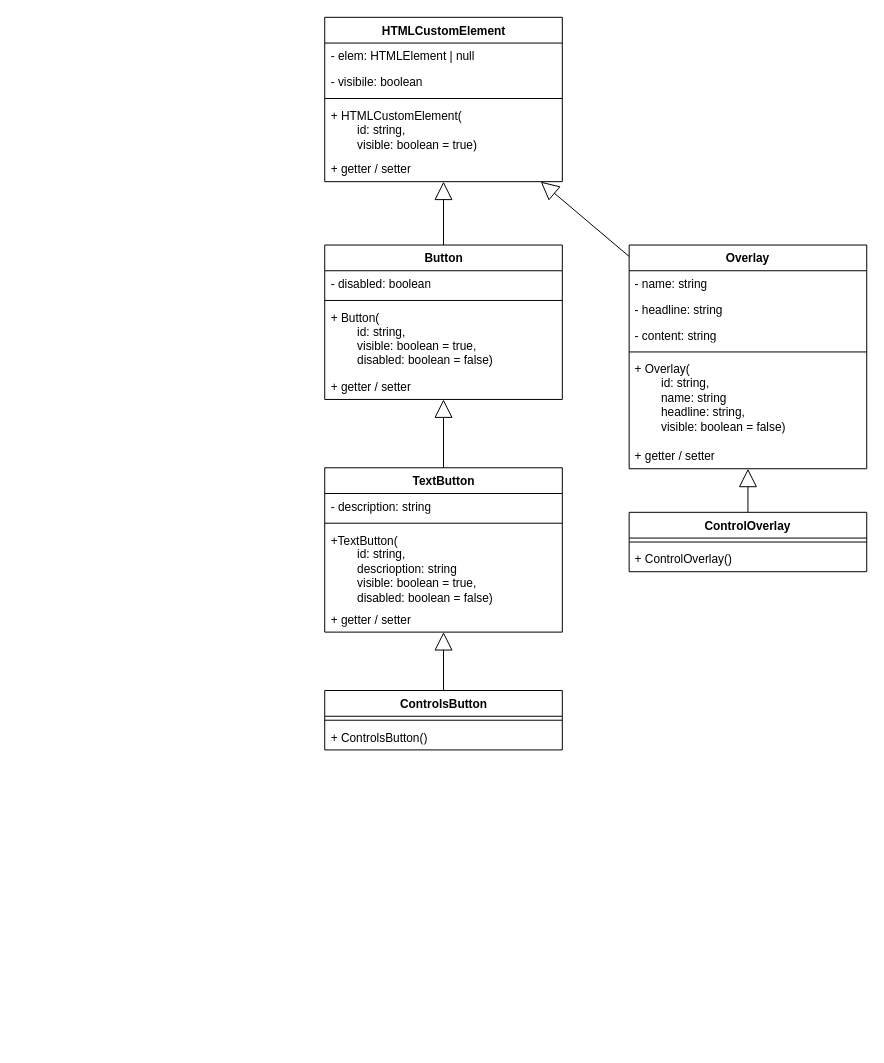
The draw.io diagram docs/issue/73-diagram.drawio in elma1989/sharkie, before the edit. Source tidied: cells renumbered, new cells numbered last; positions are measured from the earlier drawing's top-left corner, leaving out a move shared by most shapes. Both pictures are drawn from the tidied source at 99%, with x=0, y=0 at pixel (325, 17).
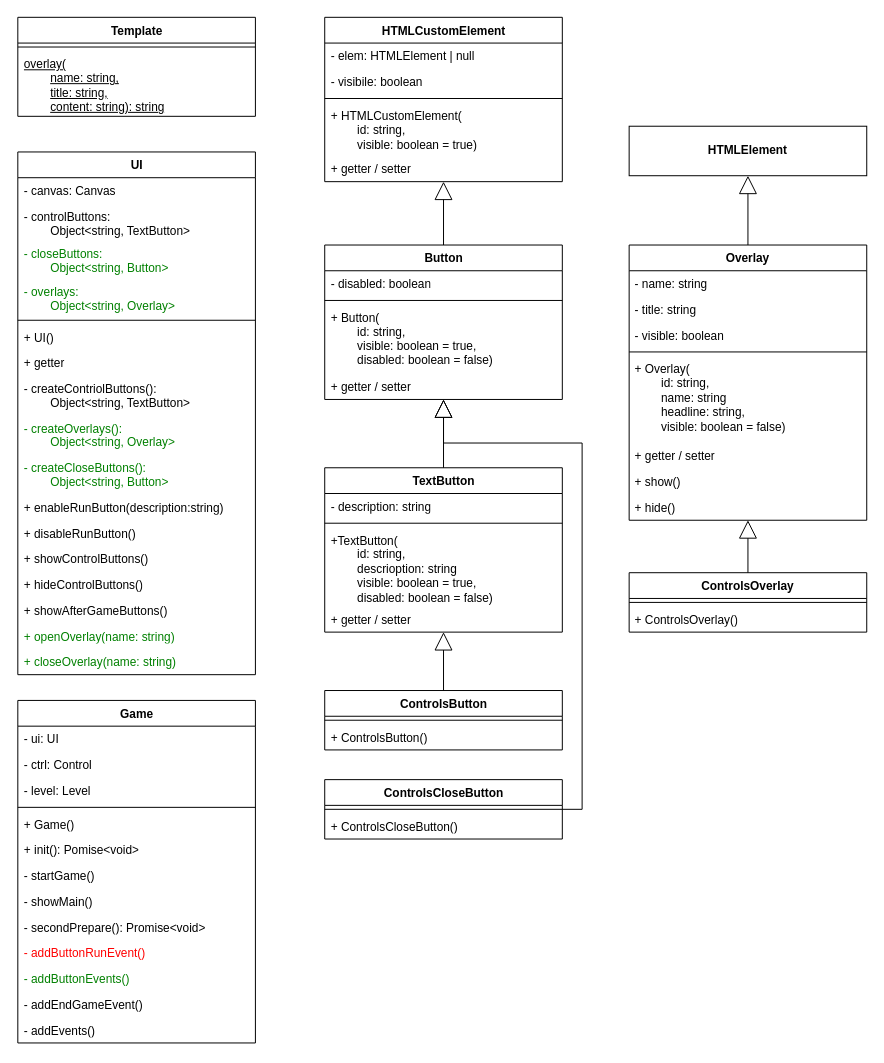
The same page after the edit.

Commit message (it also covers changes not shown here):
doc: Controls, UI, Game

The change refers to these unchanged cells:
```xml
<mxCell id="2" value="HTMLCustomElement" style="swimlane;fontStyle=1;align=center;verticalAlign=top;horizontal=1;startSize=26;whiteSpace=wrap;html=1;" parent="1" vertex="1">
  <mxGeometry x="-0.5" width="240" height="166" as="geometry" />
</mxCell>
<mxCell id="8" value="Button" style="swimlane;fontStyle=1;align=center;verticalAlign=top;horizontal=1;startSize=26;whiteSpace=wrap;html=1;" parent="1" vertex="1">
  <mxGeometry x="-0.5" y="230" width="240" height="156" as="geometry" />
</mxCell>
```

Diff of the diagram source:
```diff
@@
     <mxCell id="24" value="Overlay" style="swimlane;fontStyle=1;align=center;verticalAlign=top;horizontal=1;startSize=26;whiteSpace=wrap;html=1;" parent="1" vertex="1">
-      <mxGeometry x="307" y="230" width="240" height="226" as="geometry" />
+      <mxGeometry x="307" y="230" width="240" height="278" as="geometry" />
     </mxCell>
@@
-    <mxCell id="26" value="- headline: string" style="text;strokeColor=none;fillColor=none;align=left;verticalAlign=top;spacingLeft=4;spacingRight=4;overflow=hidden;whiteSpace=wrap;html=1;" parent="24" vertex="1">
+    <mxCell id="26" value="- title: string" style="text;strokeColor=none;fillColor=none;align=left;verticalAlign=top;spacingLeft=4;spacingRight=4;overflow=hidden;whiteSpace=wrap;html=1;" parent="24" vertex="1">
       <mxGeometry y="52" width="240" height="26" as="geometry" />
     </mxCell>
-    <mxCell id="27" value="- content: string" style="text;strokeColor=none;fillColor=none;align=left;verticalAlign=top;spacingLeft=4;spacingRight=4;overflow=hidden;whiteSpace=wrap;html=1;" parent="24" vertex="1">
-      <mxGeometry y="78" width="240" height="26" as="geometry" />
-    </mxCell>
+    <mxCell id="36" value="- visible: boolean" style="text;strokeColor=none;fillColor=none;align=left;verticalAlign=top;spacingLeft=4;spacingRight=4;overflow=hidden;whiteSpace=wrap;html=1;" parent="24" vertex="1">
+      <mxGeometry y="78" width="240" height="26" as="geometry" />
+    </mxCell>
@@
+    <mxCell id="37" value="+ show()" style="text;strokeColor=none;fillColor=none;align=left;verticalAlign=top;spacingLeft=4;spacingRight=4;overflow=hidden;whiteSpace=wrap;html=1;" parent="24" vertex="1">
+      <mxGeometry y="226" width="240" height="26" as="geometry" />
+    </mxCell>
+    <mxCell id="38" value="+ hide()" style="text;strokeColor=none;fillColor=none;align=left;verticalAlign=top;spacingLeft=4;spacingRight=4;overflow=hidden;whiteSpace=wrap;html=1;" parent="24" vertex="1">
+      <mxGeometry y="252" width="240" height="26" as="geometry" />
+    </mxCell>
-    <mxCell id="31" style="endArrow=block;endSize=16;endFill=0;html=1;rounded=0;" parent="1" edge="1" source="24" target="2">
+    <mxCell id="31" style="endArrow=block;endSize=16;endFill=0;html=1;rounded=0;" parent="1" edge="1" source="24" target="71">
       <mxGeometry relative="1" as="geometry" />
     </mxCell>
-    <mxCell id="32" value="ControlOverlay" style="swimlane;fontStyle=1;align=center;verticalAlign=top;horizontal=1;startSize=26;whiteSpace=wrap;html=1;" parent="1" vertex="1">
-      <mxGeometry x="307" y="500" width="240" height="60" as="geometry" />
+    <mxCell id="32" value="ControlsOverlay" style="swimlane;fontStyle=1;align=center;verticalAlign=top;horizontal=1;startSize=26;whiteSpace=wrap;html=1;" parent="1" vertex="1">
+      <mxGeometry x="307" y="561" width="240" height="60" as="geometry" />
     </mxCell>
@@
-    <mxCell id="34" value="+ ControlOverlay()" style="text;strokeColor=none;fillColor=none;align=left;verticalAlign=top;spacingLeft=4;spacingRight=4;overflow=hidden;whiteSpace=wrap;html=1;" parent="32" vertex="1">
+    <mxCell id="34" value="+ ControlsOverlay()" style="text;strokeColor=none;fillColor=none;align=left;verticalAlign=top;spacingLeft=4;spacingRight=4;overflow=hidden;whiteSpace=wrap;html=1;" parent="32" vertex="1">
       <mxGeometry y="34" width="240" height="26" as="geometry" />
     </mxCell>
@@
+    <mxCell id="39" value="UI" style="swimlane;fontStyle=1;align=center;verticalAlign=top;horizontal=1;startSize=26;whiteSpace=wrap;html=1;" parent="1" vertex="1">
+      <mxGeometry x="-310.5" y="136" width="240" height="528" as="geometry" />
+    </mxCell>
+    <mxCell id="40" value="- canvas: Canvas" style="text;strokeColor=none;fillColor=none;align=left;verticalAlign=top;spacingLeft=4;spacingRight=4;overflow=hidden;whiteSpace=wrap;html=1;" parent="39" vertex="1">
+      <mxGeometry y="26" width="240" height="26" as="geometry" />
+    </mxCell>
+    <mxCell id="41" value="- controlButtons:&amp;nbsp;&lt;div&gt;&lt;span style=&quot;white-space: pre;&quot;&gt;&#9;&lt;/span&gt;Object&amp;lt;string, TextButton&amp;gt;&lt;/div&gt;" style="text;strokeColor=none;fillColor=none;align=left;verticalAlign=top;spacingLeft=4;spacingRight=4;overflow=hidden;whiteSpace=wrap;html=1;" parent="39" vertex="1">
+      <mxGeometry y="52" width="240" height="38" as="geometry" />
+    </mxCell>
+    <mxCell id="42" value="- closeButtons:&lt;div&gt;&lt;span style=&quot;white-space: pre;&quot;&gt;&#9;&lt;/span&gt;Object&amp;lt;string, Button&amp;gt;&lt;br&gt;&lt;/div&gt;" style="text;strokeColor=none;fillColor=none;align=left;verticalAlign=top;spacingLeft=4;spacingRight=4;overflow=hidden;whiteSpace=wrap;html=1;fontColor=light-dark(#008000,#80FF80);" parent="39" vertex="1">
+      <mxGeometry y="90" width="240" height="38" as="geometry" />
+    </mxCell>
+    <mxCell id="43" value="- overlays:&lt;div&gt;&lt;span style=&quot;white-space: pre;&quot;&gt;&#9;&lt;/span&gt;Object&amp;lt;string, Overlay&amp;gt;&lt;br&gt;&lt;/div&gt;" style="text;strokeColor=none;fillColor=none;align=left;verticalAlign=top;spacingLeft=4;spacingRight=4;overflow=hidden;whiteSpace=wrap;html=1;fontColor=light-dark(#008000,#80FF80);" parent="39" vertex="1">
+      <mxGeometry y="128" width="240" height="38" as="geometry" />
+    </mxCell>
+    <mxCell id="44" style="line;strokeWidth=1;fillColor=none;align=left;verticalAlign=middle;spacingTop=-1;spacingLeft=3;spacingRight=3;labelPosition=right;strokeColor=inherit;" parent="39" vertex="1">
+      <mxGeometry y="166" width="240" height="8" as="geometry" />
+    </mxCell>
+    <mxCell id="45" value="+ UI()" style="text;strokeColor=none;fillColor=none;align=left;verticalAlign=top;spacingLeft=4;spacingRight=4;overflow=hidden;whiteSpace=wrap;html=1;" parent="39" vertex="1">
+      <mxGeometry y="174" width="240" height="26" as="geometry" />
+    </mxCell>
+    <mxCell id="46" value="+ getter" style="text;strokeColor=none;fillColor=none;align=left;verticalAlign=top;spacingLeft=4;spacingRight=4;overflow=hidden;whiteSpace=wrap;html=1;" parent="39" vertex="1">
+      <mxGeometry y="200" width="240" height="26" as="geometry" />
+    </mxCell>
+    <mxCell id="47" value="- createContriolButtons():&lt;div&gt;&lt;span style=&quot;white-space: pre;&quot;&gt;&#9;&lt;/span&gt;Object&amp;lt;string, TextButton&amp;gt;&lt;br&gt;&lt;/div&gt;" style="text;strokeColor=none;fillColor=none;align=left;verticalAlign=top;spacingLeft=4;spacingRight=4;overflow=hidden;whiteSpace=wrap;html=1;fontColor=default;" parent="39" vertex="1">
+      <mxGeometry y="226" width="240" height="40" as="geometry" />
+    </mxCell>
+    <mxCell id="48" value="- createOverlays():&lt;div&gt;&lt;span style=&quot;white-space: pre;&quot;&gt;&#9;&lt;/span&gt;Object&amp;lt;string, Overlay&amp;gt;&lt;br&gt;&lt;/div&gt;" style="text;strokeColor=none;fillColor=none;align=left;verticalAlign=top;spacingLeft=4;spacingRight=4;overflow=hidden;whiteSpace=wrap;html=1;fontColor=light-dark(#008000,#80FF80);" parent="39" vertex="1">
+      <mxGeometry y="266" width="240" height="40" as="geometry" />
+    </mxCell>
+    <mxCell id="49" value="- createCloseButtons():&lt;div&gt;&lt;span style=&quot;white-space: pre;&quot;&gt;&#9;&lt;/span&gt;Object&amp;lt;string, Button&amp;gt;&lt;br&gt;&lt;/div&gt;" style="text;strokeColor=none;fillColor=none;align=left;verticalAlign=top;spacingLeft=4;spacingRight=4;overflow=hidden;whiteSpace=wrap;html=1;fontColor=light-dark(#008000,#80FF80);" parent="39" vertex="1">
+      <mxGeometry y="306" width="240" height="40" as="geometry" />
+    </mxCell>
+    <mxCell id="50" value="+ enableRunButton(description:string)" style="text;strokeColor=none;fillColor=none;align=left;verticalAlign=top;spacingLeft=4;spacingRight=4;overflow=hidden;whiteSpace=wrap;html=1;fontColor=default;" parent="39" vertex="1">
+      <mxGeometry y="346" width="240" height="26" as="geometry" />
+    </mxCell>
+    <mxCell id="51" value="+ disableRunButton()" style="text;strokeColor=none;fillColor=none;align=left;verticalAlign=top;spacingLeft=4;spacingRight=4;overflow=hidden;whiteSpace=wrap;html=1;fontColor=default;" parent="39" vertex="1">
+      <mxGeometry y="372" width="240" height="26" as="geometry" />
+    </mxCell>
+    <mxCell id="52" value="+ showControlButtons()" style="text;strokeColor=none;fillColor=none;align=left;verticalAlign=top;spacingLeft=4;spacingRight=4;overflow=hidden;whiteSpace=wrap;html=1;fontColor=default;" parent="39" vertex="1">
+      <mxGeometry y="398" width="240" height="26" as="geometry" />
+    </mxCell>
+    <mxCell id="53" value="+ hideControlButtons()" style="text;strokeColor=none;fillColor=none;align=left;verticalAlign=top;spacingLeft=4;spacingRight=4;overflow=hidden;whiteSpace=wrap;html=1;fontColor=default;" parent="39" vertex="1">
+      <mxGeometry y="424" width="240" height="26" as="geometry" />
+    </mxCell>
+    <mxCell id="54" value="+ showAfterGameButtons()" style="text;strokeColor=none;fillColor=none;align=left;verticalAlign=top;spacingLeft=4;spacingRight=4;overflow=hidden;whiteSpace=wrap;html=1;fontColor=default;" parent="39" vertex="1">
+      <mxGeometry y="450" width="240" height="26" as="geometry" />
+    </mxCell>
+    <mxCell id="55" value="+ openOverlay(name: string)" style="text;strokeColor=none;fillColor=none;align=left;verticalAlign=top;spacingLeft=4;spacingRight=4;overflow=hidden;whiteSpace=wrap;html=1;fontColor=light-dark(#008000,#80FF80);" parent="39" vertex="1">
+      <mxGeometry y="476" width="240" height="26" as="geometry" />
+    </mxCell>
+    <mxCell id="56" value="+ closeOverlay(name: string)" style="text;strokeColor=none;fillColor=none;align=left;verticalAlign=top;spacingLeft=4;spacingRight=4;overflow=hidden;whiteSpace=wrap;html=1;fontColor=light-dark(#008000,#80FF80);" parent="39" vertex="1">
+      <mxGeometry y="502" width="240" height="26" as="geometry" />
+    </mxCell>
+    <mxCell id="57" value="Game" style="swimlane;fontStyle=1;align=center;verticalAlign=top;horizontal=1;startSize=26;whiteSpace=wrap;html=1;" parent="1" vertex="1">
+      <mxGeometry x="-310.5" y="690" width="240" height="346" as="geometry" />
+    </mxCell>
+    <mxCell id="58" value="- ui: UI" style="text;strokeColor=none;fillColor=none;align=left;verticalAlign=top;spacingLeft=4;spacingRight=4;overflow=hidden;whiteSpace=wrap;html=1;" parent="57" vertex="1">
+      <mxGeometry y="26" width="240" height="26" as="geometry" />
+    </mxCell>
+    <mxCell id="59" value="- ctrl: Control" style="text;strokeColor=none;fillColor=none;align=left;verticalAlign=top;spacingLeft=4;spacingRight=4;overflow=hidden;whiteSpace=wrap;html=1;" parent="57" vertex="1">
+      <mxGeometry y="52" width="240" height="26" as="geometry" />
+    </mxCell>
+    <mxCell id="60" value="- level: Level" style="text;strokeColor=none;fillColor=none;align=left;verticalAlign=top;spacingLeft=4;spacingRight=4;overflow=hidden;whiteSpace=wrap;html=1;" parent="57" vertex="1">
+      <mxGeometry y="78" width="240" height="26" as="geometry" />
+    </mxCell>
+    <mxCell id="61" style="line;strokeWidth=1;fillColor=none;align=left;verticalAlign=middle;spacingTop=-1;spacingLeft=3;spacingRight=3;labelPosition=right;strokeColor=inherit;" parent="57" vertex="1">
+      <mxGeometry y="104" width="240" height="8" as="geometry" />
+    </mxCell>
+    <mxCell id="62" value="+ Game()" style="text;strokeColor=none;fillColor=none;align=left;verticalAlign=top;spacingLeft=4;spacingRight=4;overflow=hidden;whiteSpace=wrap;html=1;" parent="57" vertex="1">
+      <mxGeometry y="112" width="240" height="26" as="geometry" />
+    </mxCell>
+    <mxCell id="63" value="+ init(): Pomise&amp;lt;void&amp;gt;" style="text;strokeColor=none;fillColor=none;align=left;verticalAlign=top;spacingLeft=4;spacingRight=4;overflow=hidden;whiteSpace=wrap;html=1;" parent="57" vertex="1">
+      <mxGeometry y="138" width="240" height="26" as="geometry" />
+    </mxCell>
+    <mxCell id="64" value="- startGame()" style="text;strokeColor=none;fillColor=none;align=left;verticalAlign=top;spacingLeft=4;spacingRight=4;overflow=hidden;whiteSpace=wrap;html=1;fontColor=default;" parent="57" vertex="1">
+      <mxGeometry y="164" width="240" height="26" as="geometry" />
+    </mxCell>
+    <mxCell id="65" value="- showMain()" style="text;strokeColor=none;fillColor=none;align=left;verticalAlign=top;spacingLeft=4;spacingRight=4;overflow=hidden;whiteSpace=wrap;html=1;fontColor=default;" parent="57" vertex="1">
+      <mxGeometry y="190" width="240" height="26" as="geometry" />
+    </mxCell>
+    <mxCell id="66" value="- secondPrepare(): Promise&amp;lt;void&amp;gt;" style="text;strokeColor=none;fillColor=none;align=left;verticalAlign=top;spacingLeft=4;spacingRight=4;overflow=hidden;whiteSpace=wrap;html=1;fontColor=default;" parent="57" vertex="1">
+      <mxGeometry y="216" width="240" height="26" as="geometry" />
+    </mxCell>
+    <mxCell id="67" value="- addButtonRunEvent()" style="text;strokeColor=none;fillColor=none;align=left;verticalAlign=top;spacingLeft=4;spacingRight=4;overflow=hidden;whiteSpace=wrap;html=1;fontColor=light-dark(#FF0000,#FF8080);" parent="57" vertex="1">
+      <mxGeometry y="242" width="240" height="26" as="geometry" />
+    </mxCell>
+    <mxCell id="68" value="- addButtonEvents()" style="text;strokeColor=none;fillColor=none;align=left;verticalAlign=top;spacingLeft=4;spacingRight=4;overflow=hidden;whiteSpace=wrap;html=1;fontColor=light-dark(#008000,#80FF80);" parent="57" vertex="1">
+      <mxGeometry y="268" width="240" height="26" as="geometry" />
+    </mxCell>
+    <mxCell id="69" value="- addEndGameEvent()" style="text;strokeColor=none;fillColor=none;align=left;verticalAlign=top;spacingLeft=4;spacingRight=4;overflow=hidden;whiteSpace=wrap;html=1;fontColor=default;" parent="57" vertex="1">
+      <mxGeometry y="294" width="240" height="26" as="geometry" />
+    </mxCell>
+    <mxCell id="70" value="- addEvents()" style="text;strokeColor=none;fillColor=none;align=left;verticalAlign=top;spacingLeft=4;spacingRight=4;overflow=hidden;whiteSpace=wrap;html=1;fontColor=default;" parent="57" vertex="1">
+      <mxGeometry y="320" width="240" height="26" as="geometry" />
+    </mxCell>
+    <mxCell id="71" value="&lt;b&gt;HTMLElement&lt;/b&gt;" style="html=1;whiteSpace=wrap;" parent="1" vertex="1">
+      <mxGeometry x="307" y="110" width="240" height="50" as="geometry" />
+    </mxCell>
+    <mxCell id="72" value="Template" style="swimlane;fontStyle=1;align=center;verticalAlign=top;horizontal=1;startSize=26;whiteSpace=wrap;html=1;" parent="1" vertex="1">
+      <mxGeometry x="-310.5" width="240" height="100" as="geometry" />
+    </mxCell>
+    <mxCell id="73" style="line;strokeWidth=1;fillColor=none;align=left;verticalAlign=middle;spacingTop=-1;spacingLeft=3;spacingRight=3;labelPosition=right;strokeColor=inherit;" parent="72" vertex="1">
+      <mxGeometry y="26" width="240" height="8" as="geometry" />
+    </mxCell>
+    <mxCell id="74" value="overlay(&lt;div&gt;&lt;span style=&quot;white-space: pre;&quot;&gt;&#9;&lt;/span&gt;name: string,&lt;br&gt;&lt;/div&gt;&lt;div&gt;&lt;span style=&quot;white-space: pre;&quot;&gt;&#9;&lt;/span&gt;title: string,&lt;br&gt;&lt;/div&gt;&lt;div&gt;&lt;span style=&quot;white-space: pre;&quot;&gt;&#9;&lt;/span&gt;content: string): string&lt;br&gt;&lt;/div&gt;" style="text;strokeColor=none;fillColor=none;align=left;verticalAlign=top;spacingLeft=4;spacingRight=4;overflow=hidden;whiteSpace=wrap;html=1;fontStyle=4;" parent="72" vertex="1">
+      <mxGeometry y="34" width="240" height="66" as="geometry" />
+    </mxCell>
+    <mxCell id="75" value="ControlsCloseButton" style="swimlane;fontStyle=1;align=center;verticalAlign=top;horizontal=1;startSize=26;whiteSpace=wrap;html=1;" parent="1" vertex="1">
+      <mxGeometry x="-0.5" y="770" width="240" height="60" as="geometry" />
+    </mxCell>
+    <mxCell id="76" style="line;strokeWidth=1;fillColor=none;align=left;verticalAlign=middle;spacingTop=-1;spacingLeft=3;spacingRight=3;labelPosition=right;strokeColor=inherit;" parent="75" vertex="1">
+      <mxGeometry y="26" width="240" height="8" as="geometry" />
+    </mxCell>
+    <mxCell id="77" value="+ ControlsCloseButton()" style="text;strokeColor=none;fillColor=none;align=left;verticalAlign=top;spacingLeft=4;spacingRight=4;overflow=hidden;whiteSpace=wrap;html=1;" parent="75" vertex="1">
+      <mxGeometry y="34" width="240" height="26" as="geometry" />
+    </mxCell>
+    <mxCell id="78" style="endArrow=block;endSize=16;endFill=0;html=1;rounded=0;" parent="1" edge="1" source="75" target="8">
+      <mxGeometry relative="1" as="geometry">
+        <Array as="points">
+          <mxPoint x="259.5" y="800" />
+          <mxPoint x="259.5" y="430" />
+          <mxPoint x="119.5" y="430" />
+        </Array>
+      </mxGeometry>
+    </mxCell>
```
